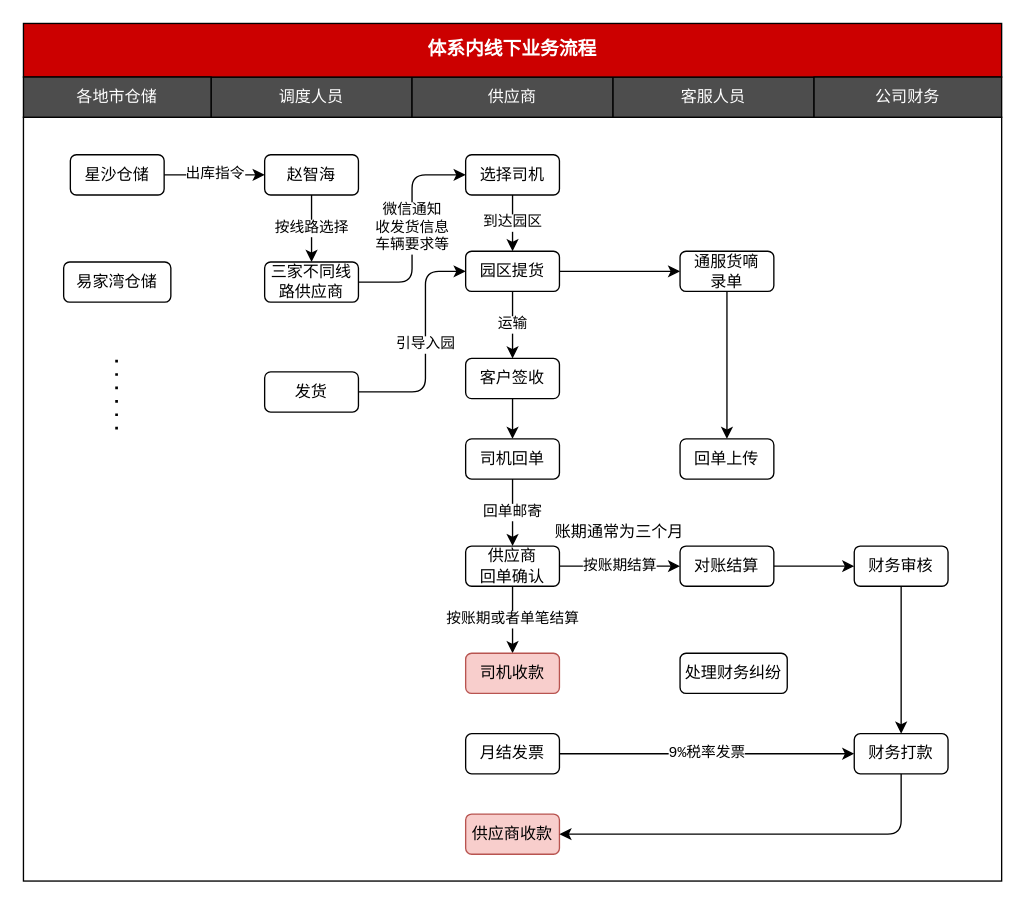
Above: 体系内业务流程图（角色）.drawio in chenyibang/rdpwrap (draw.io), before the change. Source tidied: cells renumbered, new cells numbered last; positions are measured from the earlier drawing's top-left corner, leaving out a move shared by most shapes. Both pictures are drawn from the tidied source at 134%, with x=0, y=0 at pixel (23, 23).
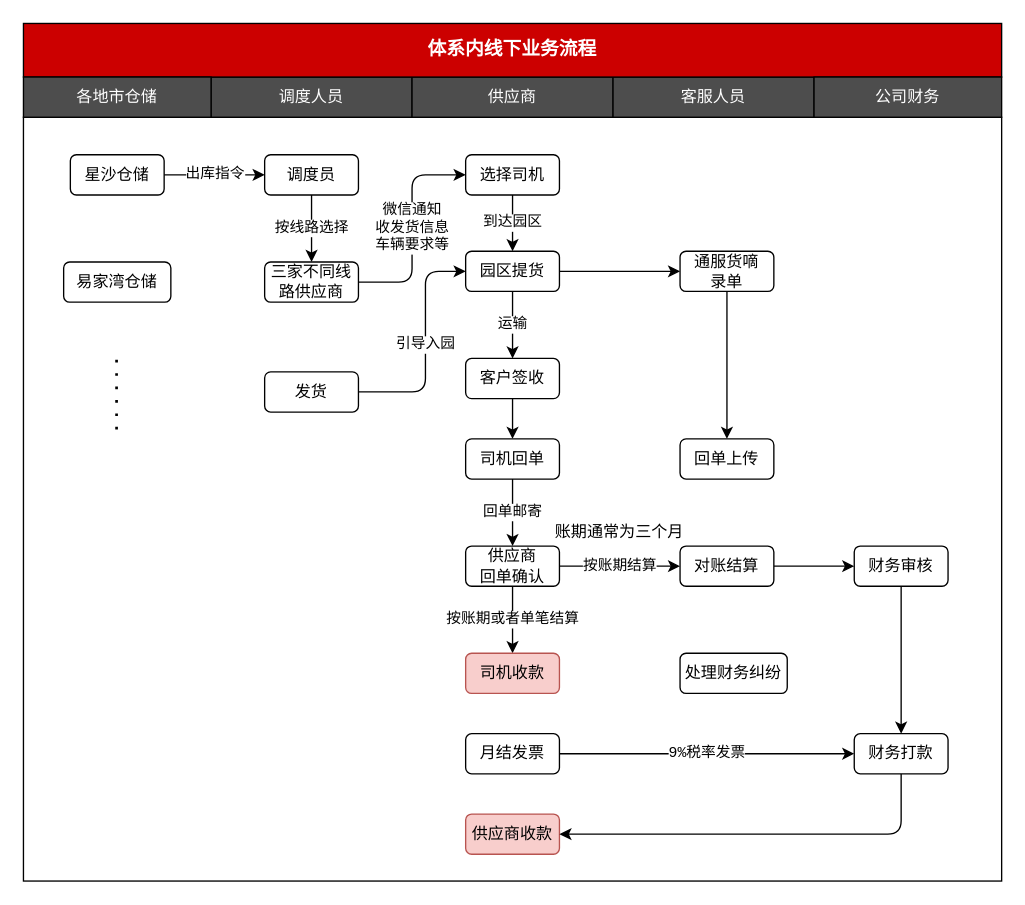
Above is the later version.

Commit message:
更新体系内业务流程图（角色）.drawio

The edit, as a diff of the source:
```diff
@@
-    <mxCell id="44" value="赵智海" style="rounded=1;whiteSpace=wrap;html=1;" parent="1" vertex="1">
+    <mxCell id="44" value="调度员" style="rounded=1;whiteSpace=wrap;html=1;" parent="1" vertex="1">
       <mxGeometry x="180" y="98" width="70" height="30" as="geometry" />
     </mxCell>
```
